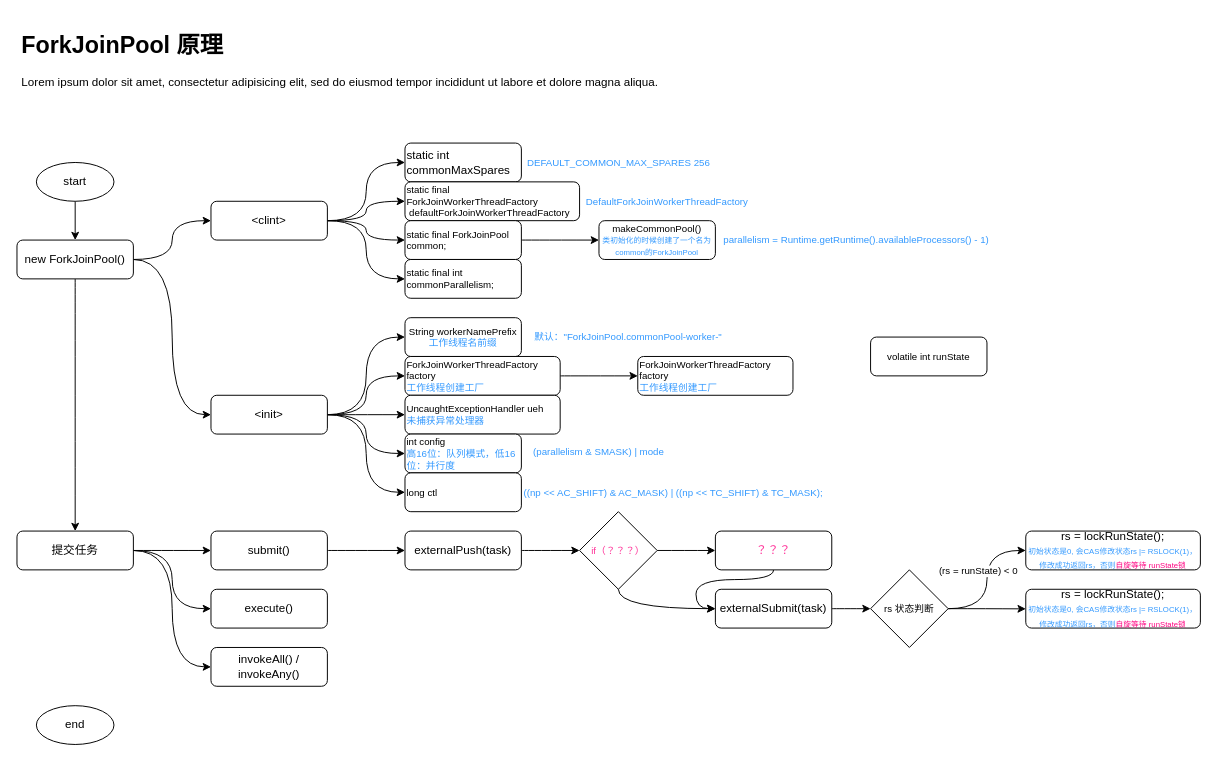
Earlier version of the draw.io diagram doc/forkjoinpool.drawio (kwseeker/async-program). Source tidied: cells renumbered, new cells numbered last; positions are measured from the earlier drawing's top-left corner, leaving out a move shared by most shapes. Both pictures are drawn from the tidied source at 97%, with x=0, y=0 at pixel (16, 26).
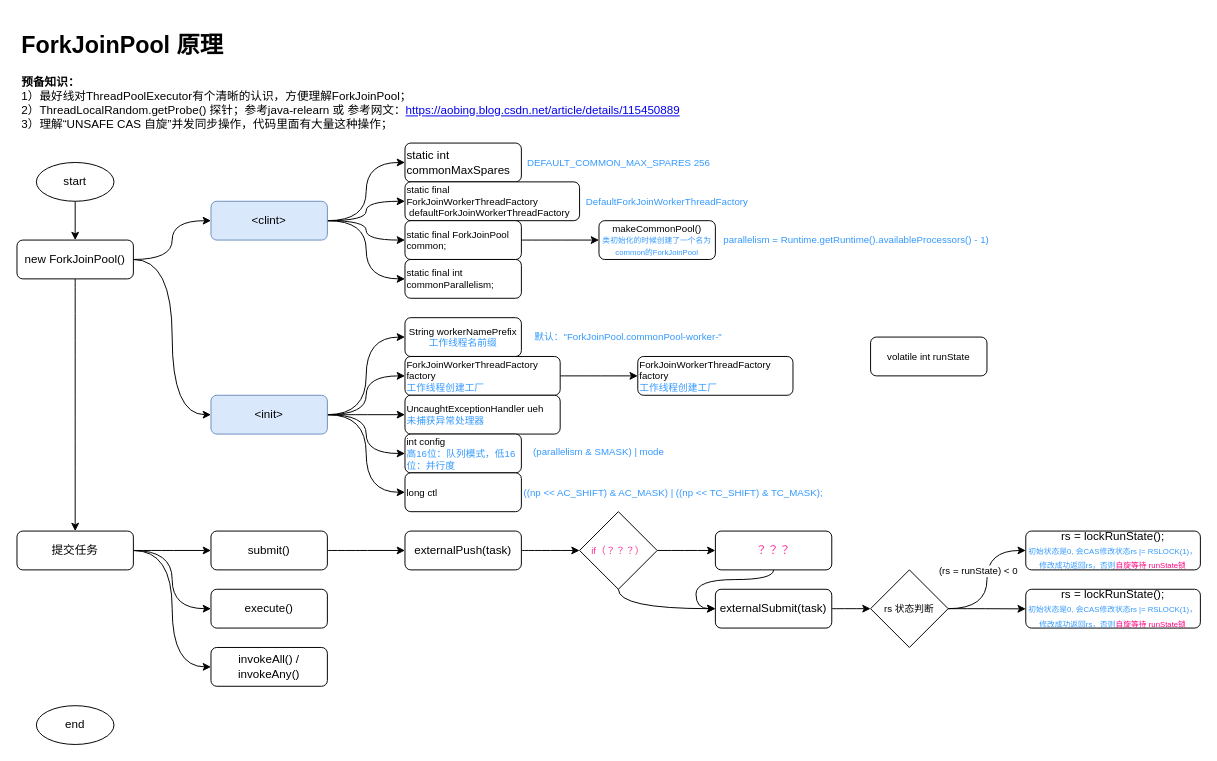
Above is the later version.

Change to the diagram source:
```diff
@@
-    <mxCell id="2" value="&lt;h1&gt;ForkJoinPool 原理&lt;/h1&gt;&lt;p&gt;Lorem ipsum dolor sit amet, consectetur adipisicing elit, sed do eiusmod tempor incididunt ut labore et dolore magna aliqua.&lt;/p&gt;" style="text;html=1;strokeColor=none;fillColor=none;spacing=5;spacingTop=-20;whiteSpace=wrap;overflow=hidden;rounded=0;" parent="1" vertex="1">
+    <mxCell id="2" value="&lt;h1&gt;ForkJoinPool 原理&lt;/h1&gt;&lt;p&gt;&lt;b&gt;预备知识：&lt;/b&gt;&lt;br&gt;1）最好线对ThreadPoolExecutor有个清晰的认识，方便理解ForkJoinPool；&lt;br&gt;2）ThreadLocalRandom.getProbe() 探针；参考java-relearn 或 参考网文：&lt;a href=&quot;https://aobing.blog.csdn.net/article/details/115450889&quot;&gt;https://aobing.blog.csdn.net/article/details/115450889&lt;/a&gt;&lt;br&gt;&lt;span&gt;3）理解“UNSAFE CAS 自旋”并发同步操作，代码里面有大量这种操作；&lt;/span&gt;&lt;/p&gt;" style="text;html=1;strokeColor=none;fillColor=none;spacing=5;spacingTop=-20;whiteSpace=wrap;overflow=hidden;rounded=0;" parent="1" vertex="1">
       <mxGeometry width="840" height="120" as="geometry" />
     </mxCell>
@@
-    <mxCell id="17" value="&amp;lt;init&amp;gt;" style="rounded=1;whiteSpace=wrap;html=1;" parent="1" vertex="1">
+    <mxCell id="17" value="&amp;lt;init&amp;gt;" style="rounded=1;whiteSpace=wrap;html=1;fillColor=#dae8fc;strokeColor=#6c8ebf;" parent="1" vertex="1">
       <mxGeometry x="200" y="380" width="120" height="40" as="geometry" />
     </mxCell>
@@
-    <mxCell id="32" value="&amp;lt;clint&amp;gt;" style="rounded=1;whiteSpace=wrap;html=1;" parent="1" vertex="1">
+    <mxCell id="32" value="&amp;lt;clint&amp;gt;" style="rounded=1;whiteSpace=wrap;html=1;fillColor=#dae8fc;strokeColor=#6c8ebf;" parent="1" vertex="1">
       <mxGeometry x="200" y="180" width="120" height="40" as="geometry" />
     </mxCell>
```
